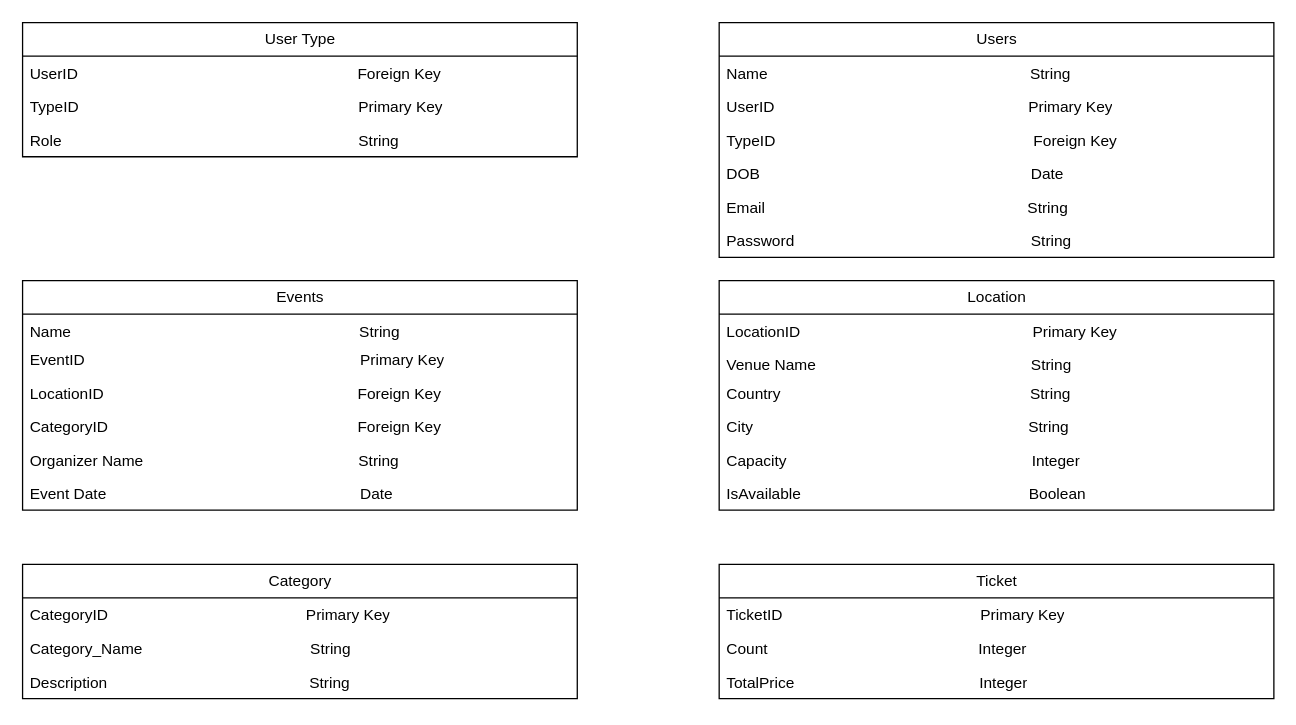
Before: Tables.drawio in Stormtroopper/HTML-layout-learning, a draw.io diagram. Source tidied: cells renumbered, new cells numbered last; positions are measured from the earlier drawing's top-left corner, leaving out a move shared by most shapes. Both pictures are drawn from the tidied source at 129%, with x=0, y=0 at pixel (22, 22).
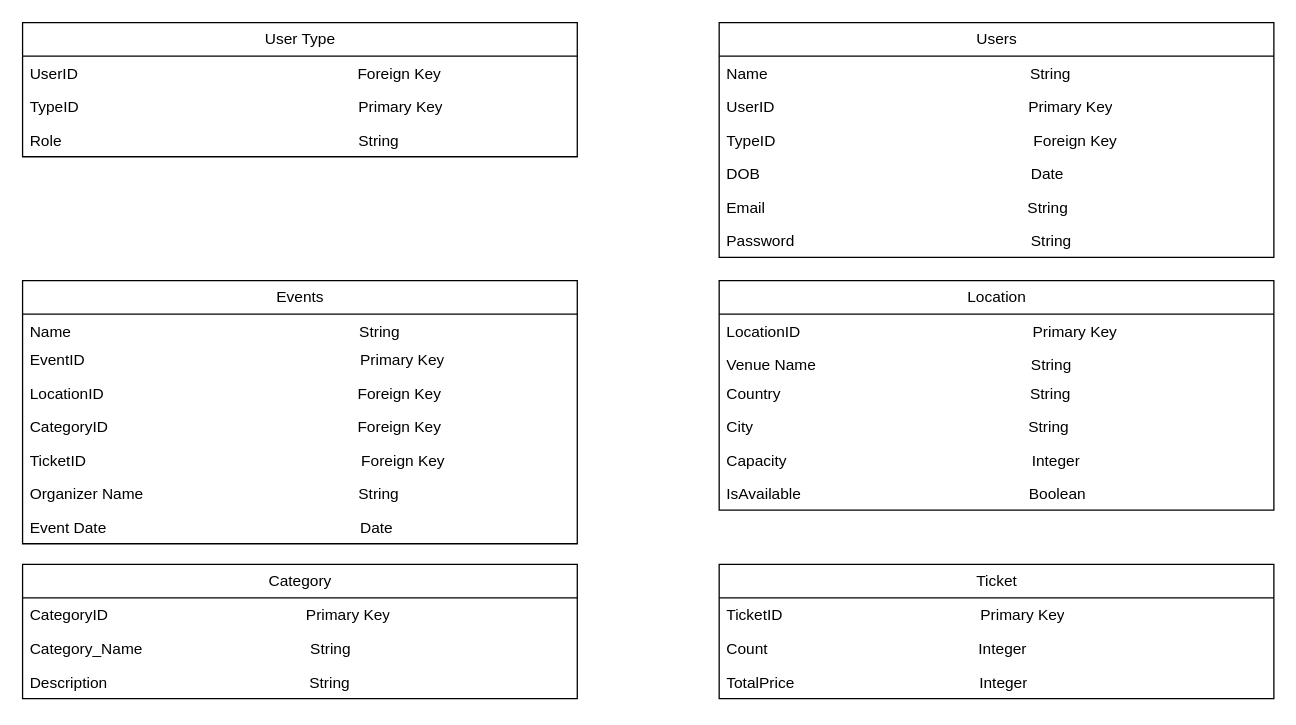
After the change.

What changed in the source:
```diff
@@
     <mxCell id="13" value="Events" style="swimlane;fontStyle=0;horizontal=1;startSize=26;fillColor=none;html=1;" parent="1" vertex="1">
-      <mxGeometry y="200" width="430" height="178" as="geometry" />
+      <mxGeometry y="200" width="430" height="204" as="geometry" />
     </mxCell>
@@
+    <mxCell id="35" value="TicketID&amp;nbsp; &amp;nbsp; &amp;nbsp; &amp;nbsp; &amp;nbsp; &amp;nbsp; &amp;nbsp; &amp;nbsp; &amp;nbsp; &amp;nbsp; &amp;nbsp; &amp;nbsp; &amp;nbsp; &amp;nbsp; &amp;nbsp; &amp;nbsp; &amp;nbsp; &amp;nbsp; &amp;nbsp; &amp;nbsp; &amp;nbsp; &amp;nbsp; &amp;nbsp; &amp;nbsp; &amp;nbsp; &amp;nbsp; &amp;nbsp; &amp;nbsp; &amp;nbsp; &amp;nbsp; &amp;nbsp; &amp;nbsp; Foreign Key" style="text;strokeColor=none;fillColor=none;align=left;verticalAlign=top;spacingLeft=4;spacingRight=4;overflow=hidden;whiteSpace=wrap;html=1;" parent="13" vertex="1">
+      <mxGeometry y="126" width="430" height="26" as="geometry" />
+    </mxCell>
     <mxCell id="18" value="Organizer Name&amp;nbsp; &amp;nbsp; &amp;nbsp; &amp;nbsp; &amp;nbsp; &amp;nbsp; &amp;nbsp; &amp;nbsp; &amp;nbsp; &amp;nbsp; &amp;nbsp; &amp;nbsp; &amp;nbsp; &amp;nbsp; &amp;nbsp; &amp;nbsp; &amp;nbsp; &amp;nbsp; &amp;nbsp; &amp;nbsp; &amp;nbsp; &amp;nbsp; &amp;nbsp; &amp;nbsp; &amp;nbsp; String&lt;div&gt;&lt;br&gt;&lt;/div&gt;" style="text;strokeColor=none;fillColor=none;align=left;verticalAlign=top;spacingLeft=4;spacingRight=4;overflow=hidden;whiteSpace=wrap;html=1;" parent="13" vertex="1">
-      <mxGeometry y="126" width="430" height="26" as="geometry" />
+      <mxGeometry y="152" width="430" height="26" as="geometry" />
     </mxCell>
     <mxCell id="19" value="&lt;div&gt;Event Date&amp;nbsp; &amp;nbsp; &amp;nbsp; &amp;nbsp; &amp;nbsp; &amp;nbsp; &amp;nbsp; &amp;nbsp; &amp;nbsp; &amp;nbsp; &amp;nbsp; &amp;nbsp; &amp;nbsp; &amp;nbsp; &amp;nbsp; &amp;nbsp; &amp;nbsp; &amp;nbsp; &amp;nbsp; &amp;nbsp; &amp;nbsp; &amp;nbsp; &amp;nbsp; &amp;nbsp; &amp;nbsp; &amp;nbsp; &amp;nbsp; &amp;nbsp; &amp;nbsp; &amp;nbsp;Date&lt;/div&gt;" style="text;strokeColor=none;fillColor=none;align=left;verticalAlign=top;spacingLeft=4;spacingRight=4;overflow=hidden;whiteSpace=wrap;html=1;" parent="13" vertex="1">
-      <mxGeometry y="152" width="430" height="26" as="geometry" />
+      <mxGeometry y="178" width="430" height="26" as="geometry" />
     </mxCell>
```
